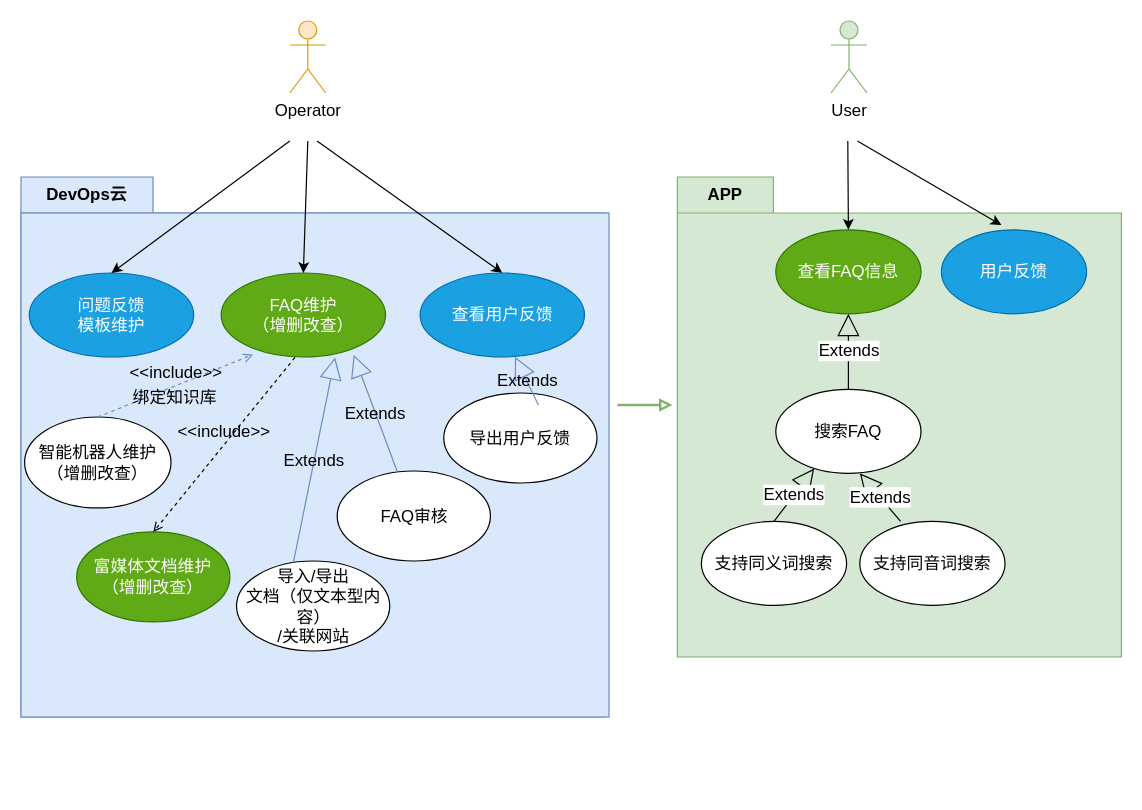
Earlier version of the draw.io diagram 宇视云App之FAQ用例视图.drawio (HuaHero/OnLineFaq). Source tidied: cells renumbered, new cells numbered last; positions are measured from the earlier drawing's top-left corner, leaving out a move shared by most shapes. Both pictures are drawn from the tidied source at 120%, with x=0, y=0 at pixel (20, 20).
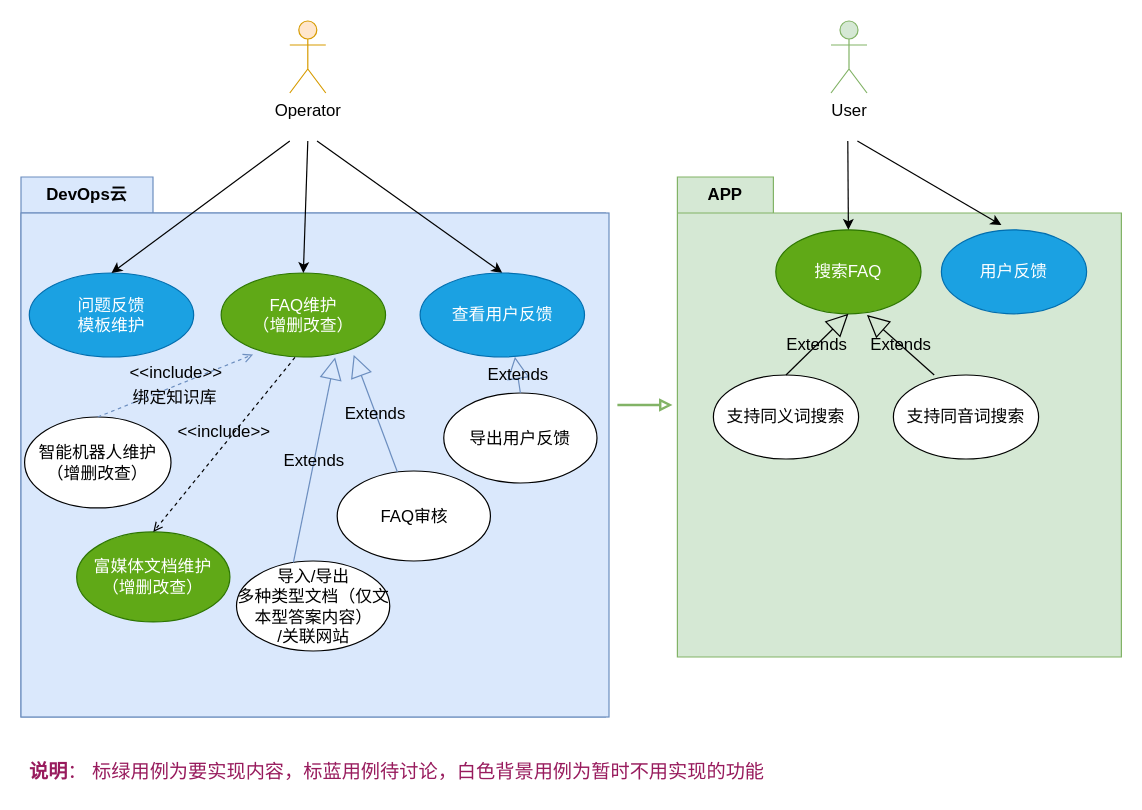
The same diagram, later.

Commit message:
更新宇视云App之FAQ用例视图.drawio

Unchanged cells that the change refers to:
```xml
<mxCell id="2" style="shape=folder;fontStyle=1;tabWidth=80;tabHeight=30;tabPosition=left;html=1;boundedLbl=1;whiteSpace=wrap;fontSize=14;fillColor=#d5e8d4;strokeColor=#82b366;" parent="1" vertex="1">
  <mxGeometry x="547" y="130" width="370" height="400" as="geometry" />
</mxCell>
<mxCell id="3" value="DevOps云" style="shape=folder;fontStyle=1;tabWidth=110;tabHeight=30;tabPosition=left;html=1;boundedLbl=1;labelInHeader=1;whiteSpace=wrap;fontSize=14;fillColor=#dae8fc;strokeColor=#6c8ebf;" parent="1" vertex="1">
  <mxGeometry y="130" width="487" height="450" as="geometry" />
</mxCell>
<mxCell id="17" value="导出用户反馈" style="ellipse;whiteSpace=wrap;html=1;fontSize=14;" parent="3" vertex="1">
  <mxGeometry x="352.3" y="180" width="127.7" height="75" as="geometry" />
</mxCell>
```

Diff of the diagram source:
```diff
@@
-    <mxCell id="10" value="导入/导出&lt;div style=&quot;font-size: 14px;&quot;&gt;文档（仅文本型内容）&lt;div style=&quot;font-size: 14px;&quot;&gt;/关联网站&lt;/div&gt;&lt;/div&gt;" style="ellipse;whiteSpace=wrap;html=1;fontSize=14;" parent="3" vertex="1">
+    <mxCell id="10" value="导入/导出&lt;div style=&quot;font-size: 14px;&quot;&gt;多种类型文档（仅文本型答案内容）&lt;div style=&quot;font-size: 14px;&quot;&gt;/关联网站&lt;/div&gt;&lt;/div&gt;" style="ellipse;whiteSpace=wrap;html=1;fontSize=14;" parent="3" vertex="1">
       <mxGeometry x="179.6" y="320" width="127.7" height="75" as="geometry" />
     </mxCell>
@@
-    <mxCell id="18" value="Extends" style="endArrow=block;endSize=16;endFill=0;html=1;rounded=0;entryX=0.806;entryY=0.975;entryDx=0;entryDy=0;entryPerimeter=0;fontSize=14;fillColor=#dae8fc;strokeColor=#6c8ebf;labelBackgroundColor=none;" parent="3" edge="1">
+    <mxCell id="18" value="Extends" style="endArrow=block;endSize=16;endFill=0;html=1;rounded=0;entryX=0.806;entryY=0.975;entryDx=0;entryDy=0;entryPerimeter=0;fontSize=14;fillColor=#dae8fc;strokeColor=#6c8ebf;labelBackgroundColor=none;exitX=0.5;exitY=0;exitDx=0;exitDy=0;" parent="3" edge="1" source="17">
       <mxGeometry relative="1" as="geometry">
-        <mxPoint x="431.2" y="190" as="sourcePoint" />
         <mxPoint x="411.6" y="149.8" as="targetPoint" />
       </mxGeometry>
     </mxCell>
-    <mxCell id="19" value="问题反馈&lt;div&gt;模板维护&lt;/div&gt;" style="ellipse;whiteSpace=wrap;html=1;fontSize=14;fillColor=#1ba1e2;fontColor=#ffffff;strokeColor=#006EAF;" parent="3" vertex="1">
+    <mxCell id="19" value="问题反馈&lt;div style=&quot;font-size: 14px;&quot;&gt;模板维护&lt;/div&gt;" style="ellipse;whiteSpace=wrap;html=1;fontSize=14;fillColor=#1ba1e2;fontColor=#ffffff;strokeColor=#006EAF;" parent="3" vertex="1">
       <mxGeometry x="6.9" y="80" width="137" height="70" as="geometry" />
     </mxCell>
@@
-    <mxCell id="24" value="查看FAQ信息" style="ellipse;whiteSpace=wrap;html=1;fontSize=14;fillColor=#60a917;fontColor=#ffffff;strokeColor=#2D7600;" parent="1" vertex="1">
+    <mxCell id="24" value="搜索FAQ" style="ellipse;whiteSpace=wrap;html=1;fontSize=14;fillColor=#60a917;fontColor=#ffffff;strokeColor=#2D7600;" parent="1" vertex="1">
       <mxGeometry x="629" y="174" width="121" height="70" as="geometry" />
     </mxCell>
-    <mxCell id="25" value="搜索FAQ" style="ellipse;whiteSpace=wrap;html=1;fontSize=14;" parent="1" vertex="1">
-      <mxGeometry x="629" y="307" width="121" height="70" as="geometry" />
-    </mxCell>
-    <mxCell id="26" value="Extends" style="endArrow=block;endSize=16;endFill=0;html=1;rounded=0;entryX=0.5;entryY=1;entryDx=0;entryDy=0;exitX=0.5;exitY=0;exitDx=0;exitDy=0;fontSize=14;" parent="1" edge="1" source="25" target="24">
-      <mxGeometry relative="1" as="geometry" />
-    </mxCell>
@@
     <mxCell id="29" value="支持同义词搜索" style="ellipse;whiteSpace=wrap;html=1;fontSize=14;" parent="1" vertex="1">
-      <mxGeometry x="567" y="417" width="121" height="70" as="geometry" />
+      <mxGeometry x="577" y="295" width="121" height="70" as="geometry" />
     </mxCell>
     <mxCell id="30" value="支持同音词搜索" style="ellipse;whiteSpace=wrap;html=1;fontSize=14;" parent="1" vertex="1">
-      <mxGeometry x="699" y="417" width="121" height="70" as="geometry" />
+      <mxGeometry x="727" y="295" width="121" height="70" as="geometry" />
     </mxCell>
-    <mxCell id="31" value="Extends" style="endArrow=block;endSize=16;endFill=0;html=1;rounded=0;exitX=0.5;exitY=0;exitDx=0;exitDy=0;fontSize=14;entryX=0.264;entryY=0.943;entryDx=0;entryDy=0;entryPerimeter=0;" parent="1" edge="1" source="29" target="25">
+    <mxCell id="31" value="Extends" style="endArrow=block;endSize=16;endFill=0;html=1;rounded=0;exitX=0.5;exitY=0;exitDx=0;exitDy=0;fontSize=14;entryX=0.5;entryY=1;entryDx=0;entryDy=0;labelBackgroundColor=none;" parent="1" edge="1" source="29" target="24">
       <mxGeometry relative="1" as="geometry" />
     </mxCell>
-    <mxCell id="32" value="Extends" style="endArrow=block;endSize=16;endFill=0;html=1;rounded=0;entryX=0.579;entryY=1;entryDx=0;entryDy=0;exitX=0.281;exitY=0;exitDx=0;exitDy=0;entryPerimeter=0;exitPerimeter=0;fontSize=14;" parent="1" edge="1" source="30" target="25">
+    <mxCell id="32" value="Extends" style="endArrow=block;endSize=16;endFill=0;html=1;rounded=0;entryX=0.628;entryY=1.014;entryDx=0;entryDy=0;exitX=0.281;exitY=0;exitDx=0;exitDy=0;entryPerimeter=0;exitPerimeter=0;fontSize=14;labelBackgroundColor=none;" parent="1" edge="1" source="30" target="24">
       <mxGeometry relative="1" as="geometry" />
     </mxCell>
@@
-    <mxCell id="35" style="endArrow=block;html=1;rounded=0;labelBackgroundColor=default;endFill=0;fillColor=#d5e8d4;strokeColor=#82b366;strokeWidth=2;entryX=-0.011;entryY=0.475;entryDx=0;entryDy=0;entryPerimeter=0;" parent="1" edge="1" target="2">
+    <mxCell id="35" style="endArrow=block;html=1;rounded=0;labelBackgroundColor=default;endFill=0;fillColor=#d5e8d4;strokeColor=#82b366;strokeWidth=2;entryX=-0.011;entryY=0.475;entryDx=0;entryDy=0;entryPerimeter=0;fontSize=14;" parent="1" edge="1" target="2">
       <mxGeometry relative="1" as="geometry">
         <mxPoint x="497" y="320" as="sourcePoint" />
       </mxGeometry>
     </mxCell>
+    <mxCell id="36" value="&lt;b&gt;说明&lt;/b&gt;： 标绿用例为要实现内容，标蓝用例待讨论，白色背景用例为暂时不用实现的功能" style="text;html=1;align=center;verticalAlign=middle;whiteSpace=wrap;rounded=0;fontSize=16;labelBackgroundColor=none;fontColor=#981b5d;" parent="1" vertex="1">
+      <mxGeometry y="610" width="627" height="30" as="geometry" />
+    </mxCell>
```
